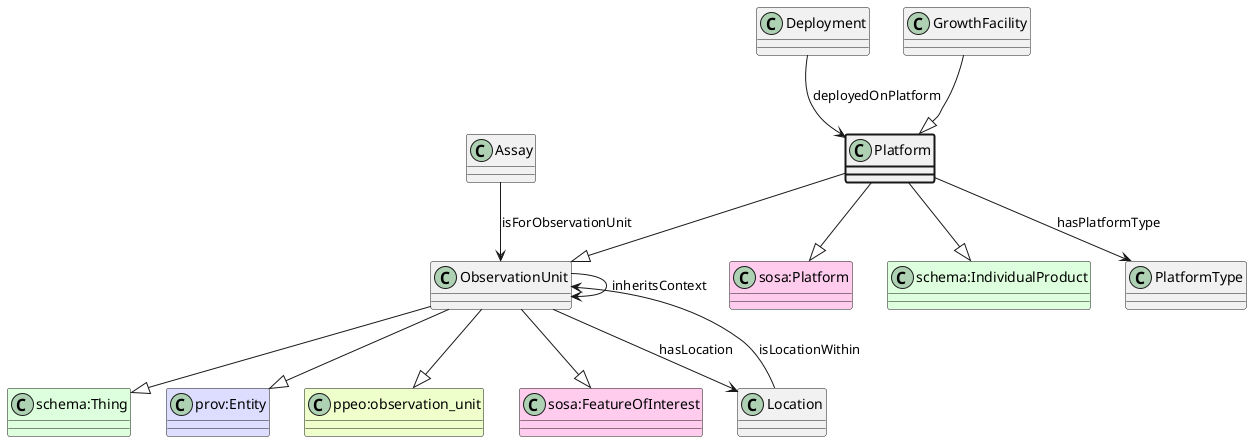
Earlier version of the PlantUML export ttl_uml/ttl_appn_Platform.png (aus-plant-phenomics-network/appn-schema).
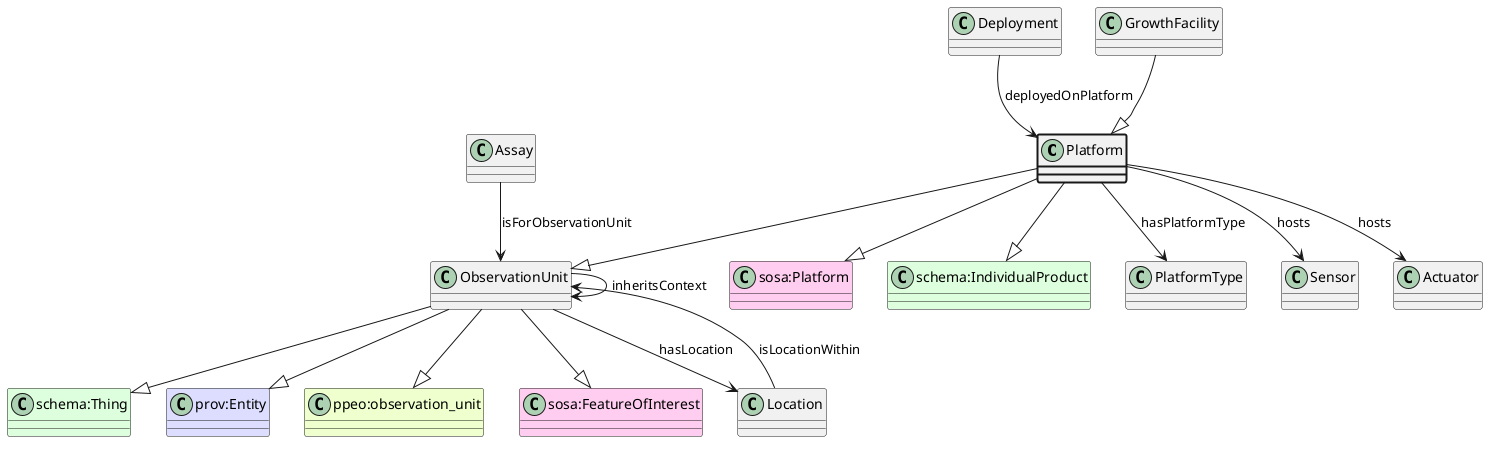
Later version of the same file.

Change to the diagram source:
```diff
@@ -16,6 +16,10 @@
 Platform --|> "schema:IndividualProduct"
 class PlatformType
 Platform --> PlatformType : hasPlatformType
+class Sensor
+Platform --> Sensor : hosts
+class Actuator
+Platform --> Actuator : hosts
 class Deployment
 Deployment --> Platform : deployedOnPlatform
 class Assay
```
